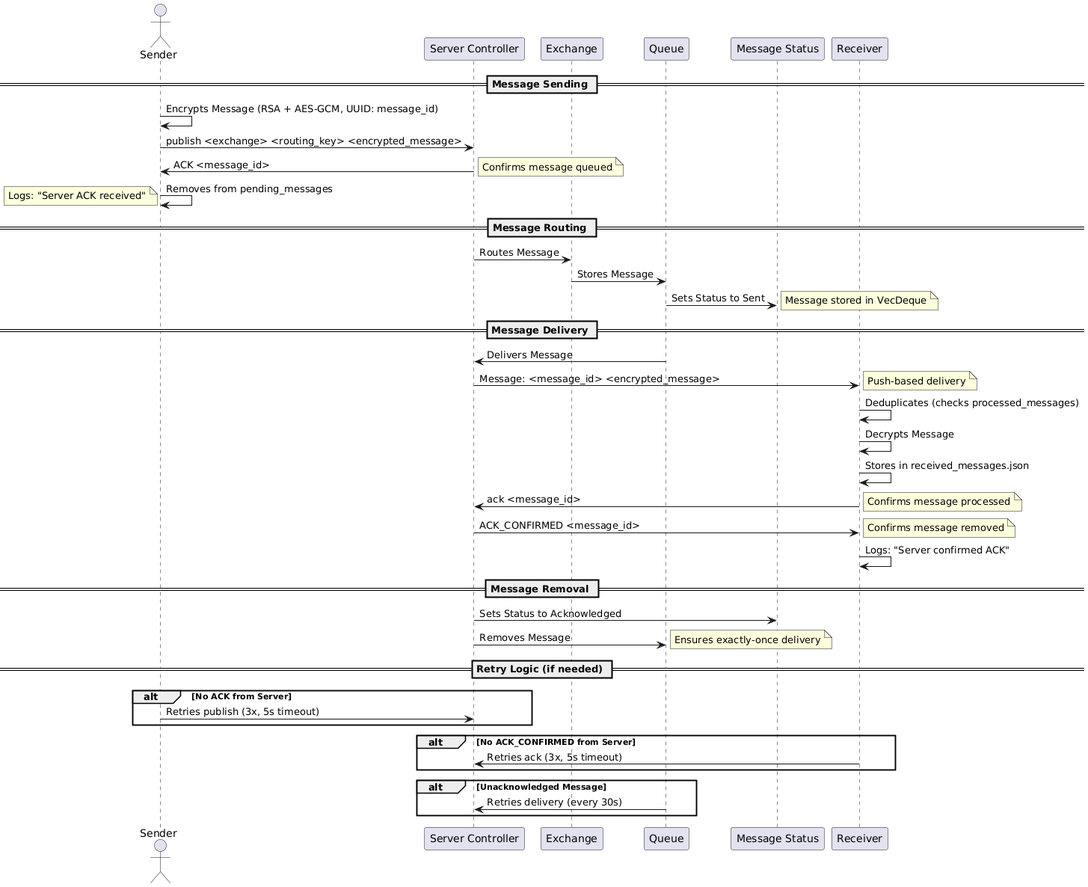
Earlier version of the PlantUML export docs/diagrams/Sequence_diagram.png (CipherSecurityLab/CipherMQ).
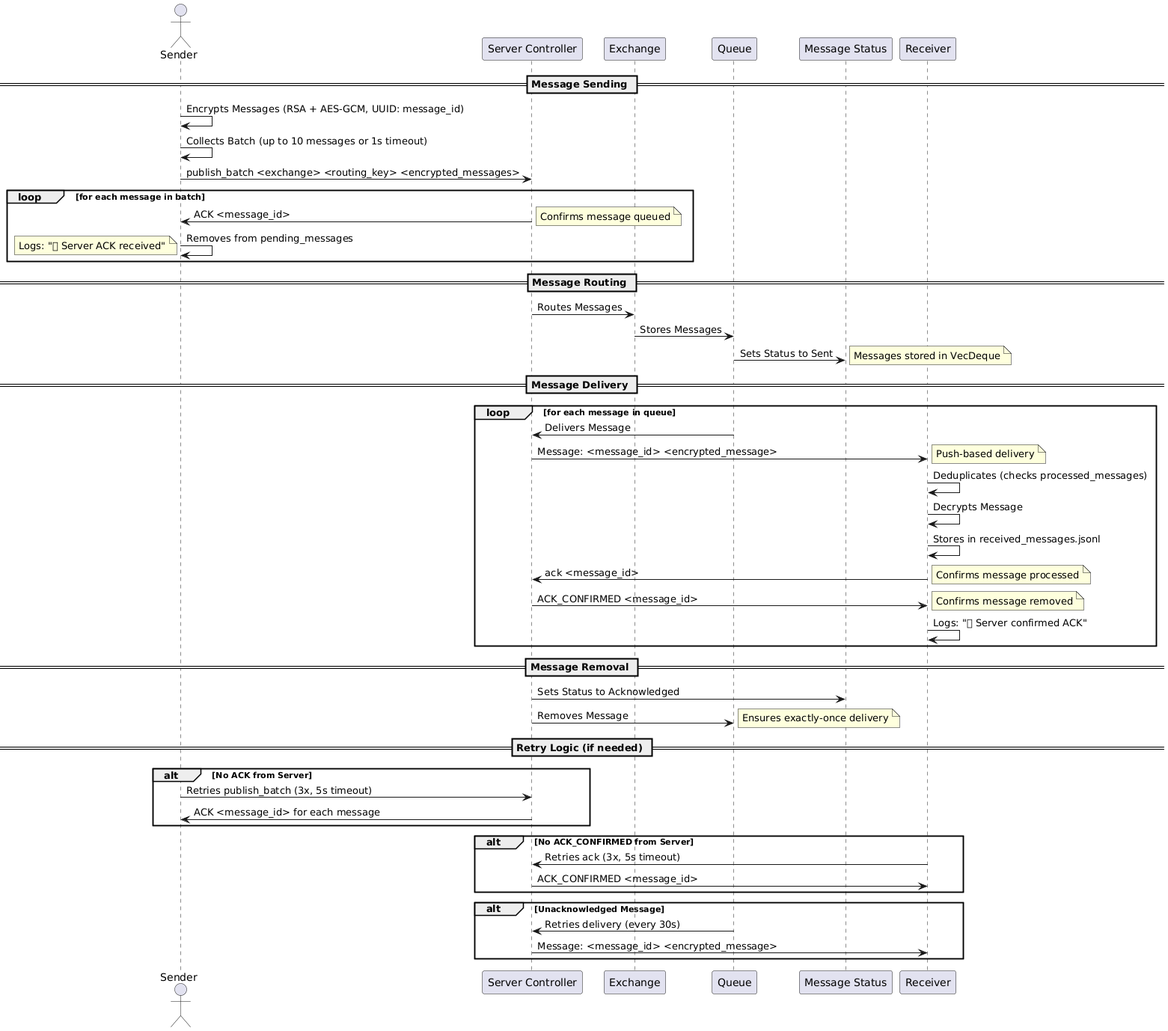
After the commit.

Change to the diagram source:
```diff
@@ -7,31 +7,36 @@
 participant Receiver
 
 == Message Sending ==
-Sender -> Sender: Encrypts Message (RSA + AES-GCM, UUID: message_id)
-Sender -> Server: publish <exchange> <routing_key> <encrypted_message>
-Server -> Sender: ACK <message_id>
-note right: Confirms message queued
-Sender -> Sender: Removes from pending_messages
-note left: Logs: "Server ACK received"
+Sender -> Sender: Encrypts Messages (RSA + AES-GCM, UUID: message_id)
+Sender -> Sender: Collects Batch (up to 10 messages or 1s timeout)
+Sender -> Server: publish_batch <exchange> <routing_key> <encrypted_messages>
+loop for each message in batch
+    Server -> Sender: ACK <message_id>
+    note right: Confirms message queued
+    Sender -> Sender: Removes from pending_messages
+    note left: Logs: "✅ Server ACK received"
+end loop
 
 == Message Routing ==
-Server -> Exchange: Routes Message
-Exchange -> Queue: Stores Message
+Server -> Exchange: Routes Messages
+Exchange -> Queue: Stores Messages
 Queue -> Status: Sets Status to Sent
-note right: Message stored in VecDeque
+note right: Messages stored in VecDeque
 
 == Message Delivery ==
-Queue -> Server: Delivers Message
-Server -> Receiver: Message: <message_id> <encrypted_message>
-note right: Push-based delivery
-Receiver -> Receiver: Deduplicates (checks processed_messages)
-Receiver -> Receiver: Decrypts Message
-Receiver -> Receiver: Stores in received_messages.json
-Receiver -> Server: ack <message_id>
-note right: Confirms message processed
-Server -> Receiver: ACK_CONFIRMED <message_id>
-note right: Confirms message removed
-Receiver -> Receiver: Logs: "Server confirmed ACK"
+loop for each message in queue
+    Queue -> Server: Delivers Message
+    Server -> Receiver: Message: <message_id> <encrypted_message>
+    note right: Push-based delivery
+    Receiver -> Receiver: Deduplicates (checks processed_messages)
+    Receiver -> Receiver: Decrypts Message
+    Receiver -> Receiver: Stores in received_messages.jsonl
+    Receiver -> Server: ack <message_id>
+    note right: Confirms message processed
+    Server -> Receiver: ACK_CONFIRMED <message_id>
+    note right: Confirms message removed
+    Receiver -> Receiver: Logs: "✅ Server confirmed ACK"
+end loop
 
 == Message Removal ==
 Server -> Status: Sets Status to Acknowledged
@@ -40,12 +45,15 @@
 
 == Retry Logic (if needed) ==
 alt No ACK from Server
-    Sender -> Server: Retries publish (3x, 5s timeout)
+    Sender -> Server: Retries publish_batch (3x, 5s timeout)
+    Server -> Sender: ACK <message_id> for each message
 end alt
 alt No ACK_CONFIRMED from Server
     Receiver -> Server: Retries ack (3x, 5s timeout)
+    Server -> Receiver: ACK_CONFIRMED <message_id>
 end alt
 alt Unacknowledged Message
     Queue -> Server: Retries delivery (every 30s)
+    Server -> Receiver: Message: <message_id> <encrypted_message>
 end alt
 @enduml
```
